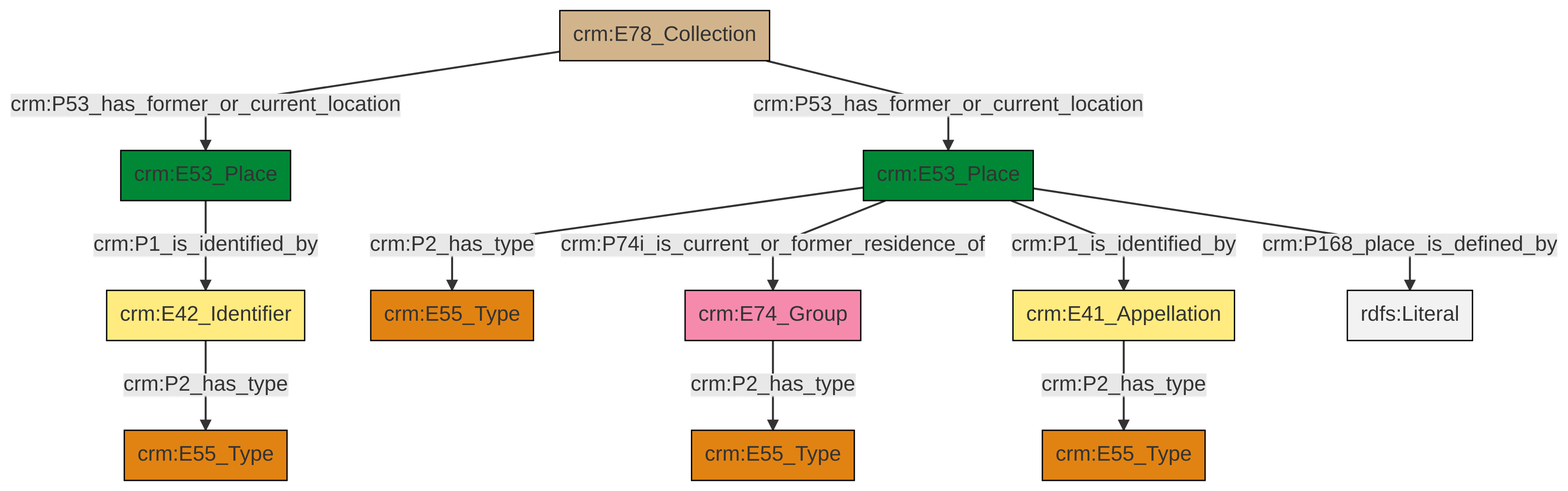
swiss-art-research-net/docs.swissartresearch keeps this Mermaid diagram as et/archivalCSV/ttl/mmd/png/archival_location.png. Above is the earlier version. Its source is kept beside it as et/archivalCSV/ttl/mmd/archival_location.ttl.mmd.
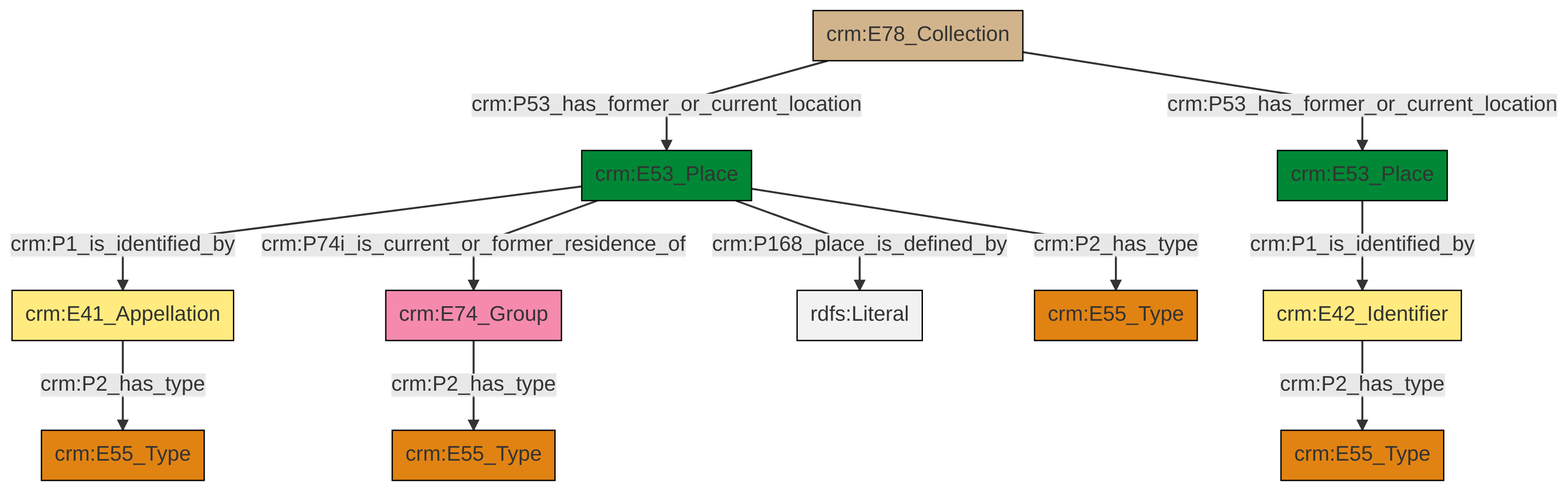
The same file after the commit.

What changed in the source:
```diff
@@ -13,13 +13,13 @@
 classDef PC_Classes fill:#4ce600, stroke:#000000;
 classDef Multi fill:#cccccc,stroke:#000000;
 
-8["crm:E74_Group"]:::Actor -->|crm:P2_has_type| 9["crm:E55_Type"]:::Type
-11["crm:E53_Place"]:::Place -->|crm:P74i_is_current_or_former_residence_of| 8["crm:E74_Group"]:::Actor
-2["crm:E42_Identifier"]:::Appellation -->|crm:P2_has_type| 0["crm:E55_Type"]:::Type
-11["crm:E53_Place"]:::Place -->|crm:P168_place_is_defined_by| 14[rdfs:Literal]:::Literal
-11["crm:E53_Place"]:::Place -->|crm:P1_is_identified_by| 6["crm:E41_Appellation"]:::Appellation
-11["crm:E53_Place"]:::Place -->|crm:P2_has_type| 4["crm:E55_Type"]:::Type
-6["crm:E41_Appellation"]:::Appellation -->|crm:P2_has_type| 15["crm:E55_Type"]:::Type
-19["crm:E53_Place"]:::Place -->|crm:P1_is_identified_by| 2["crm:E42_Identifier"]:::Appellation
-22["crm:E78_Collection"]:::Physical_Thing -->|crm:P53_has_former_or_current_location| 19["crm:E53_Place"]:::Place
-22["crm:E78_Collection"]:::Physical_Thing -->|crm:P53_has_former_or_current_location| 11["crm:E53_Place"]:::Place
+0["crm:E41_Appellation"]:::Appellation -->|crm:P2_has_type| 1["crm:E55_Type"]:::Type
+4["crm:E42_Identifier"]:::Appellation -->|crm:P2_has_type| 7["crm:E55_Type"]:::Type
+2["crm:E74_Group"]:::Actor -->|crm:P2_has_type| 10["crm:E55_Type"]:::Type
+11["crm:E78_Collection"]:::Physical_Thing -->|crm:P53_has_former_or_current_location| 12["crm:E53_Place"]:::Place
+12["crm:E53_Place"]:::Place -->|crm:P1_is_identified_by| 0["crm:E41_Appellation"]:::Appellation
+18["crm:E53_Place"]:::Place -->|crm:P1_is_identified_by| 4["crm:E42_Identifier"]:::Appellation
+12["crm:E53_Place"]:::Place -->|crm:P74i_is_current_or_former_residence_of| 2["crm:E74_Group"]:::Actor
+12["crm:E53_Place"]:::Place -->|crm:P168_place_is_defined_by| 22[rdfs:Literal]:::Literal
+12["crm:E53_Place"]:::Place -->|crm:P2_has_type| 20["crm:E55_Type"]:::Type
+11["crm:E78_Collection"]:::Physical_Thing -->|crm:P53_has_former_or_current_location| 18["crm:E53_Place"]:::Place
```
